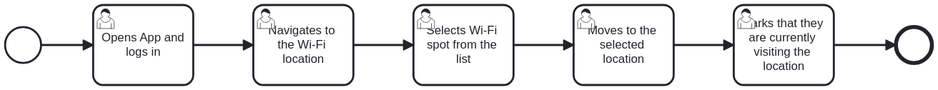
RafaelFaisca32/LABDSOF keeps this BPMN diagram as Documentation/UserJourneys/userJourney1.svg. Above is the earlier version. Its source is kept beside it as Documentation/UserJourneys/userJourney1.bpmn. Ids are renumbered. Its diagram source:
```xml
<bpmn:definitions xmlns:xsi="http://www.w3.org/2001/XMLSchema-instance" xmlns:bpmn="http://www.omg.org/spec/BPMN/20100524/MODEL" xmlns:bpmndi="http://www.omg.org/spec/BPMN/20100524/DI" xmlns:dc="http://www.omg.org/spec/DD/20100524/DC" xmlns:di="http://www.omg.org/spec/DD/20100524/DI" id="Definitions_n1" targetNamespace="http://bpmn.io/schema/bpmn" exporter="bpmn-js (https://demo.bpmn.io)" exporterVersion="17.11.1">
  <bpmn:process id="Process_n2" isExecutable="false">
    <bpmn:startEvent id="StartEvent_n3">
      <bpmn:outgoing>Flow_n4</bpmn:outgoing>
    </bpmn:startEvent>
    <bpmn:sequenceFlow id="Flow_n4" sourceRef="StartEvent_n3" targetRef="Activity_n5" />
    <bpmn:sequenceFlow id="Flow_n6" sourceRef="Activity_n5" targetRef="Activity_n7" />
    <bpmn:sequenceFlow id="Flow_n8" sourceRef="Activity_n7" targetRef="Activity_n9" />
    <bpmn:sequenceFlow id="Flow_n10" sourceRef="Activity_n9" targetRef="Activity_n11" />
    <bpmn:sequenceFlow id="Flow_n12" sourceRef="Activity_n11" targetRef="Activity_n13" />
    <bpmn:endEvent id="Event_n14">
      <bpmn:incoming>Flow_n15</bpmn:incoming>
    </bpmn:endEvent>
    <bpmn:sequenceFlow id="Flow_n15" sourceRef="Activity_n13" targetRef="Event_n14" />
    <bpmn:userTask id="Activity_n5" name="Opens App and logs in">
      <bpmn:incoming>Flow_n4</bpmn:incoming>
      <bpmn:outgoing>Flow_n6</bpmn:outgoing>
    </bpmn:userTask>
    <bpmn:userTask id="Activity_n7" name="Navigates to the Wi-Fi location">
      <bpmn:incoming>Flow_n6</bpmn:incoming>
      <bpmn:outgoing>Flow_n8</bpmn:outgoing>
    </bpmn:userTask>
    <bpmn:userTask id="Activity_n9" name="Selects Wi-Fi spot from the list">
      <bpmn:incoming>Flow_n8</bpmn:incoming>
      <bpmn:outgoing>Flow_n10</bpmn:outgoing>
    </bpmn:userTask>
    <bpmn:userTask id="Activity_n11" name="Moves to the selected location">
      <bpmn:incoming>Flow_n10</bpmn:incoming>
      <bpmn:outgoing>Flow_n12</bpmn:outgoing>
    </bpmn:userTask>
    <bpmn:userTask id="Activity_n13" name="Marks that they are currently visiting the location">
      <bpmn:incoming>Flow_n12</bpmn:incoming>
      <bpmn:outgoing>Flow_n15</bpmn:outgoing>
    </bpmn:userTask>
  </bpmn:process>
  <bpmndi:BPMNDiagram id="BPMNDiagram_1">
    <bpmndi:BPMNPlane id="BPMNPlane_1" bpmnElement="Process_n2">
      <bpmndi:BPMNShape id="_BPMNShape_StartEvent_2" bpmnElement="StartEvent_n3">
        <dc:Bounds x="152" y="102" width="36" height="36" />
      </bpmndi:BPMNShape>
      <bpmndi:BPMNShape id="Event_n14_di" bpmnElement="Event_n14">
        <dc:Bounds x="1042" y="102" width="36" height="36" />
      </bpmndi:BPMNShape>
      <bpmndi:BPMNShape id="Activity_0cbq90t_di" bpmnElement="Activity_n5">
        <dc:Bounds x="240" y="80" width="100" height="80" />
      </bpmndi:BPMNShape>
      <bpmndi:BPMNShape id="Activity_0o690fz_di" bpmnElement="Activity_n7">
        <dc:Bounds x="400" y="80" width="100" height="80" />
      </bpmndi:BPMNShape>
      <bpmndi:BPMNShape id="Activity_1vttzmb_di" bpmnElement="Activity_n9">
        <dc:Bounds x="560" y="80" width="100" height="80" />
      </bpmndi:BPMNShape>
      <bpmndi:BPMNShape id="Activity_1wsxzif_di" bpmnElement="Activity_n11">
        <dc:Bounds x="720" y="80" width="100" height="80" />
      </bpmndi:BPMNShape>
      <bpmndi:BPMNShape id="Activity_0jz3oh4_di" bpmnElement="Activity_n13">
        <dc:Bounds x="880" y="80" width="100" height="80" />
        <bpmndi:BPMNLabel />
      </bpmndi:BPMNShape>
      <bpmndi:BPMNEdge id="Flow_n4_di" bpmnElement="Flow_n4">
        <di:waypoint x="188" y="120" />
        <di:waypoint x="240" y="120" />
      </bpmndi:BPMNEdge>
      <bpmndi:BPMNEdge id="Flow_n6_di" bpmnElement="Flow_n6">
        <di:waypoint x="340" y="120" />
        <di:waypoint x="400" y="120" />
      </bpmndi:BPMNEdge>
      <bpmndi:BPMNEdge id="Flow_n8_di" bpmnElement="Flow_n8">
        <di:waypoint x="500" y="120" />
        <di:waypoint x="560" y="120" />
      </bpmndi:BPMNEdge>
      <bpmndi:BPMNEdge id="Flow_n10_di" bpmnElement="Flow_n10">
        <di:waypoint x="660" y="120" />
        <di:waypoint x="720" y="120" />
      </bpmndi:BPMNEdge>
      <bpmndi:BPMNEdge id="Flow_n12_di" bpmnElement="Flow_n12">
        <di:waypoint x="820" y="120" />
        <di:waypoint x="880" y="120" />
      </bpmndi:BPMNEdge>
      <bpmndi:BPMNEdge id="Flow_n15_di" bpmnElement="Flow_n15">
        <di:waypoint x="980" y="120" />
        <di:waypoint x="1042" y="120" />
      </bpmndi:BPMNEdge>
    </bpmndi:BPMNPlane>
  </bpmndi:BPMNDiagram>
</bpmn:definitions>
```
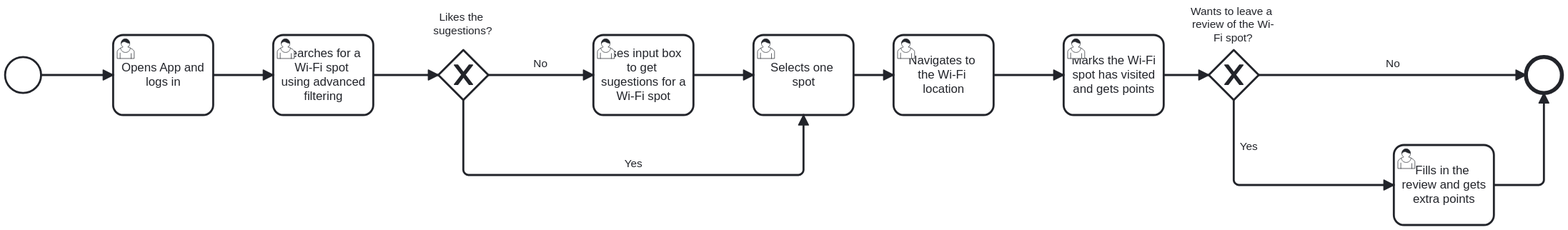
After the change.

Commit message:
LABDSOF-3: UserJourney1 fix

Diff of the diagram source:
```diff
@@ -4,82 +4,168 @@
       <bpmn:outgoing>Flow_n4</bpmn:outgoing>
     </bpmn:startEvent>
     <bpmn:sequenceFlow id="Flow_n4" sourceRef="StartEvent_n3" targetRef="Activity_n5" />
-    <bpmn:sequenceFlow id="Flow_n6" sourceRef="Activity_n5" targetRef="Activity_n7" />
     <bpmn:sequenceFlow id="Flow_n8" sourceRef="Activity_n7" targetRef="Activity_n9" />
-    <bpmn:sequenceFlow id="Flow_n10" sourceRef="Activity_n9" targetRef="Activity_n11" />
-    <bpmn:sequenceFlow id="Flow_n12" sourceRef="Activity_n11" targetRef="Activity_n13" />
     <bpmn:endEvent id="Event_n14">
-      <bpmn:incoming>Flow_n15</bpmn:incoming>
+      <bpmn:incoming>Flow_n16</bpmn:incoming>
+      <bpmn:incoming>Flow_n17</bpmn:incoming>
     </bpmn:endEvent>
-    <bpmn:sequenceFlow id="Flow_n15" sourceRef="Activity_n13" targetRef="Event_n14" />
     <bpmn:userTask id="Activity_n5" name="Opens App and logs in">
       <bpmn:incoming>Flow_n4</bpmn:incoming>
-      <bpmn:outgoing>Flow_n6</bpmn:outgoing>
+      <bpmn:outgoing>Flow_n18</bpmn:outgoing>
     </bpmn:userTask>
     <bpmn:userTask id="Activity_n7" name="Navigates to the Wi-Fi location">
-      <bpmn:incoming>Flow_n6</bpmn:incoming>
+      <bpmn:incoming>Flow_n19</bpmn:incoming>
       <bpmn:outgoing>Flow_n8</bpmn:outgoing>
     </bpmn:userTask>
-    <bpmn:userTask id="Activity_n9" name="Selects Wi-Fi spot from the list">
+    <bpmn:userTask id="Activity_n9" name="Marks the Wi-Fi spot has visited and gets points">
       <bpmn:incoming>Flow_n8</bpmn:incoming>
-      <bpmn:outgoing>Flow_n10</bpmn:outgoing>
+      <bpmn:outgoing>Flow_n20</bpmn:outgoing>
     </bpmn:userTask>
-    <bpmn:userTask id="Activity_n11" name="Moves to the selected location">
-      <bpmn:incoming>Flow_n10</bpmn:incoming>
-      <bpmn:outgoing>Flow_n12</bpmn:outgoing>
+    <bpmn:sequenceFlow id="Flow_n21" sourceRef="Activity_n22" targetRef="Activity_n23" />
+    <bpmn:sequenceFlow id="Flow_n19" sourceRef="Activity_n23" targetRef="Activity_n7" />
+    <bpmn:userTask id="Activity_n22" name="Uses input box to get sugestions for a Wi-Fi spot">
+      <bpmn:incoming>Flow_n24</bpmn:incoming>
+      <bpmn:outgoing>Flow_n21</bpmn:outgoing>
     </bpmn:userTask>
-    <bpmn:userTask id="Activity_n13" name="Marks that they are currently visiting the location">
-      <bpmn:incoming>Flow_n12</bpmn:incoming>
-      <bpmn:outgoing>Flow_n15</bpmn:outgoing>
+    <bpmn:userTask id="Activity_n23" name="Selects one spot">
+      <bpmn:incoming>Flow_n21</bpmn:incoming>
+      <bpmn:incoming>Flow_n25</bpmn:incoming>
+      <bpmn:outgoing>Flow_n19</bpmn:outgoing>
+    </bpmn:userTask>
+    <bpmn:exclusiveGateway id="Gateway_n26" name="Wants to leave a review of the Wi-Fi spot?">
+      <bpmn:incoming>Flow_n20</bpmn:incoming>
+      <bpmn:outgoing>Flow_n27</bpmn:outgoing>
+      <bpmn:outgoing>Flow_n16</bpmn:outgoing>
+    </bpmn:exclusiveGateway>
+    <bpmn:sequenceFlow id="Flow_n20" sourceRef="Activity_n9" targetRef="Gateway_n26" />
+    <bpmn:sequenceFlow id="Flow_n27" name="Yes" sourceRef="Gateway_n26" targetRef="Activity_n28" />
+    <bpmn:sequenceFlow id="Flow_n16" name="No" sourceRef="Gateway_n26" targetRef="Event_n14" />
+    <bpmn:userTask id="Activity_n28" name="Fills in the review and gets extra points">
+      <bpmn:incoming>Flow_n27</bpmn:incoming>
+      <bpmn:outgoing>Flow_n17</bpmn:outgoing>
+    </bpmn:userTask>
+    <bpmn:sequenceFlow id="Flow_n17" sourceRef="Activity_n28" targetRef="Event_n14" />
+    <bpmn:sequenceFlow id="Flow_n18" sourceRef="Activity_n5" targetRef="Activity_n29" />
+    <bpmn:exclusiveGateway id="Gateway_n30" name="Likes the sugestions?">
+      <bpmn:incoming>Flow_n31</bpmn:incoming>
+      <bpmn:outgoing>Flow_n24</bpmn:outgoing>
+      <bpmn:outgoing>Flow_n25</bpmn:outgoing>
+    </bpmn:exclusiveGateway>
+    <bpmn:sequenceFlow id="Flow_n31" sourceRef="Activity_n29" targetRef="Gateway_n30" />
+    <bpmn:sequenceFlow id="Flow_n24" name="No" sourceRef="Gateway_n30" targetRef="Activity_n22" />
+    <bpmn:sequenceFlow id="Flow_n25" name="Yes" sourceRef="Gateway_n30" targetRef="Activity_n23" />
+    <bpmn:userTask id="Activity_n29" name="Searches for a Wi-Fi spot using advanced filtering">
+      <bpmn:incoming>Flow_n18</bpmn:incoming>
+      <bpmn:outgoing>Flow_n31</bpmn:outgoing>
     </bpmn:userTask>
   </bpmn:process>
   <bpmndi:BPMNDiagram id="BPMNDiagram_1">
     <bpmndi:BPMNPlane id="BPMNPlane_1" bpmnElement="Process_n2">
+      <bpmndi:BPMNShape id="Event_n14_di" bpmnElement="Event_n14">
+        <dc:Bounds x="1672" y="102" width="36" height="36" />
+      </bpmndi:BPMNShape>
+      <bpmndi:BPMNShape id="Activity_062063p_di" bpmnElement="Activity_n28">
+        <dc:Bounds x="1540" y="190" width="100" height="80" />
+        <bpmndi:BPMNLabel />
+      </bpmndi:BPMNShape>
+      <bpmndi:BPMNShape id="Gateway_n26_di" bpmnElement="Gateway_n26" isMarkerVisible="true">
+        <dc:Bounds x="1355" y="95" width="50" height="50" />
+        <bpmndi:BPMNLabel>
+          <dc:Bounds x="1337" y="50" width="85" height="40" />
+        </bpmndi:BPMNLabel>
+      </bpmndi:BPMNShape>
+      <bpmndi:BPMNShape id="Activity_1vttzmb_di" bpmnElement="Activity_n9">
+        <dc:Bounds x="1210" y="80" width="100" height="80" />
+        <bpmndi:BPMNLabel />
+      </bpmndi:BPMNShape>
+      <bpmndi:BPMNShape id="Activity_0o690fz_di" bpmnElement="Activity_n7">
+        <dc:Bounds x="1040" y="80" width="100" height="80" />
+      </bpmndi:BPMNShape>
+      <bpmndi:BPMNShape id="Activity_017slz7_di" bpmnElement="Activity_n23">
+        <dc:Bounds x="900" y="80" width="100" height="80" />
+      </bpmndi:BPMNShape>
+      <bpmndi:BPMNShape id="Activity_0bh8er1_di" bpmnElement="Activity_n22">
+        <dc:Bounds x="740" y="80" width="100" height="80" />
+        <bpmndi:BPMNLabel />
+      </bpmndi:BPMNShape>
+      <bpmndi:BPMNShape id="Activity_0cbq90t_di" bpmnElement="Activity_n5">
+        <dc:Bounds x="260" y="80" width="100" height="80" />
+      </bpmndi:BPMNShape>
       <bpmndi:BPMNShape id="_BPMNShape_StartEvent_2" bpmnElement="StartEvent_n3">
         <dc:Bounds x="152" y="102" width="36" height="36" />
       </bpmndi:BPMNShape>
-      <bpmndi:BPMNShape id="Event_n14_di" bpmnElement="Event_n14">
-        <dc:Bounds x="1042" y="102" width="36" height="36" />
+      <bpmndi:BPMNShape id="Gateway_n30_di" bpmnElement="Gateway_n30" isMarkerVisible="true">
+        <dc:Bounds x="585" y="95" width="50" height="50" />
+        <bpmndi:BPMNLabel>
+          <dc:Bounds x="580" y="56" width="59" height="27" />
+        </bpmndi:BPMNLabel>
       </bpmndi:BPMNShape>
-      <bpmndi:BPMNShape id="Activity_0cbq90t_di" bpmnElement="Activity_n5">
-        <dc:Bounds x="240" y="80" width="100" height="80" />
-      </bpmndi:BPMNShape>
-      <bpmndi:BPMNShape id="Activity_0o690fz_di" bpmnElement="Activity_n7">
-        <dc:Bounds x="400" y="80" width="100" height="80" />
-      </bpmndi:BPMNShape>
-      <bpmndi:BPMNShape id="Activity_1vttzmb_di" bpmnElement="Activity_n9">
-        <dc:Bounds x="560" y="80" width="100" height="80" />
-      </bpmndi:BPMNShape>
-      <bpmndi:BPMNShape id="Activity_1wsxzif_di" bpmnElement="Activity_n11">
-        <dc:Bounds x="720" y="80" width="100" height="80" />
-      </bpmndi:BPMNShape>
-      <bpmndi:BPMNShape id="Activity_0jz3oh4_di" bpmnElement="Activity_n13">
-        <dc:Bounds x="880" y="80" width="100" height="80" />
-        <bpmndi:BPMNLabel />
+      <bpmndi:BPMNShape id="Activity_17232c4_di" bpmnElement="Activity_n29">
+        <dc:Bounds x="420" y="80" width="100" height="80" />
       </bpmndi:BPMNShape>
       <bpmndi:BPMNEdge id="Flow_n4_di" bpmnElement="Flow_n4">
         <di:waypoint x="188" y="120" />
-        <di:waypoint x="240" y="120" />
-      </bpmndi:BPMNEdge>
-      <bpmndi:BPMNEdge id="Flow_n6_di" bpmnElement="Flow_n6">
-        <di:waypoint x="340" y="120" />
-        <di:waypoint x="400" y="120" />
+        <di:waypoint x="260" y="120" />
       </bpmndi:BPMNEdge>
       <bpmndi:BPMNEdge id="Flow_n8_di" bpmnElement="Flow_n8">
-        <di:waypoint x="500" y="120" />
-        <di:waypoint x="560" y="120" />
+        <di:waypoint x="1140" y="120" />
+        <di:waypoint x="1210" y="120" />
       </bpmndi:BPMNEdge>
-      <bpmndi:BPMNEdge id="Flow_n10_di" bpmnElement="Flow_n10">
-        <di:waypoint x="660" y="120" />
-        <di:waypoint x="720" y="120" />
+      <bpmndi:BPMNEdge id="Flow_n21_di" bpmnElement="Flow_n21">
+        <di:waypoint x="840" y="120" />
+        <di:waypoint x="900" y="120" />
       </bpmndi:BPMNEdge>
-      <bpmndi:BPMNEdge id="Flow_n12_di" bpmnElement="Flow_n12">
-        <di:waypoint x="820" y="120" />
-        <di:waypoint x="880" y="120" />
+      <bpmndi:BPMNEdge id="Flow_n19_di" bpmnElement="Flow_n19">
+        <di:waypoint x="1000" y="120" />
+        <di:waypoint x="1040" y="120" />
       </bpmndi:BPMNEdge>
-      <bpmndi:BPMNEdge id="Flow_n15_di" bpmnElement="Flow_n15">
-        <di:waypoint x="980" y="120" />
-        <di:waypoint x="1042" y="120" />
+      <bpmndi:BPMNEdge id="Flow_n20_di" bpmnElement="Flow_n20">
+        <di:waypoint x="1310" y="120" />
+        <di:waypoint x="1355" y="120" />
+      </bpmndi:BPMNEdge>
+      <bpmndi:BPMNEdge id="Flow_n27_di" bpmnElement="Flow_n27">
+        <di:waypoint x="1380" y="145" />
+        <di:waypoint x="1380" y="230" />
+        <di:waypoint x="1540" y="230" />
+        <bpmndi:BPMNLabel>
+          <dc:Bounds x="1386" y="185" width="18" height="14" />
+        </bpmndi:BPMNLabel>
+      </bpmndi:BPMNEdge>
+      <bpmndi:BPMNEdge id="Flow_n16_di" bpmnElement="Flow_n16">
+        <di:waypoint x="1405" y="120" />
+        <di:waypoint x="1672" y="120" />
+        <bpmndi:BPMNLabel>
+          <dc:Bounds x="1532" y="102" width="15" height="14" />
+        </bpmndi:BPMNLabel>
+      </bpmndi:BPMNEdge>
+      <bpmndi:BPMNEdge id="Flow_n17_di" bpmnElement="Flow_n17">
+        <di:waypoint x="1640" y="230" />
+        <di:waypoint x="1690" y="230" />
+        <di:waypoint x="1690" y="138" />
+      </bpmndi:BPMNEdge>
+      <bpmndi:BPMNEdge id="Flow_n18_di" bpmnElement="Flow_n18">
+        <di:waypoint x="360" y="120" />
+        <di:waypoint x="420" y="120" />
+      </bpmndi:BPMNEdge>
+      <bpmndi:BPMNEdge id="Flow_n31_di" bpmnElement="Flow_n31">
+        <di:waypoint x="520" y="120" />
+        <di:waypoint x="585" y="120" />
+      </bpmndi:BPMNEdge>
+      <bpmndi:BPMNEdge id="Flow_n24_di" bpmnElement="Flow_n24">
+        <di:waypoint x="635" y="120" />
+        <di:waypoint x="740" y="120" />
+        <bpmndi:BPMNLabel>
+          <dc:Bounds x="680" y="102" width="15" height="14" />
+        </bpmndi:BPMNLabel>
+      </bpmndi:BPMNEdge>
+      <bpmndi:BPMNEdge id="Flow_n25_di" bpmnElement="Flow_n25">
+        <di:waypoint x="610" y="145" />
+        <di:waypoint x="610" y="220" />
+        <di:waypoint x="950" y="220" />
+        <di:waypoint x="950" y="160" />
+        <bpmndi:BPMNLabel>
+          <dc:Bounds x="771" y="202" width="18" height="14" />
+        </bpmndi:BPMNLabel>
       </bpmndi:BPMNEdge>
     </bpmndi:BPMNPlane>
   </bpmndi:BPMNDiagram>
```
